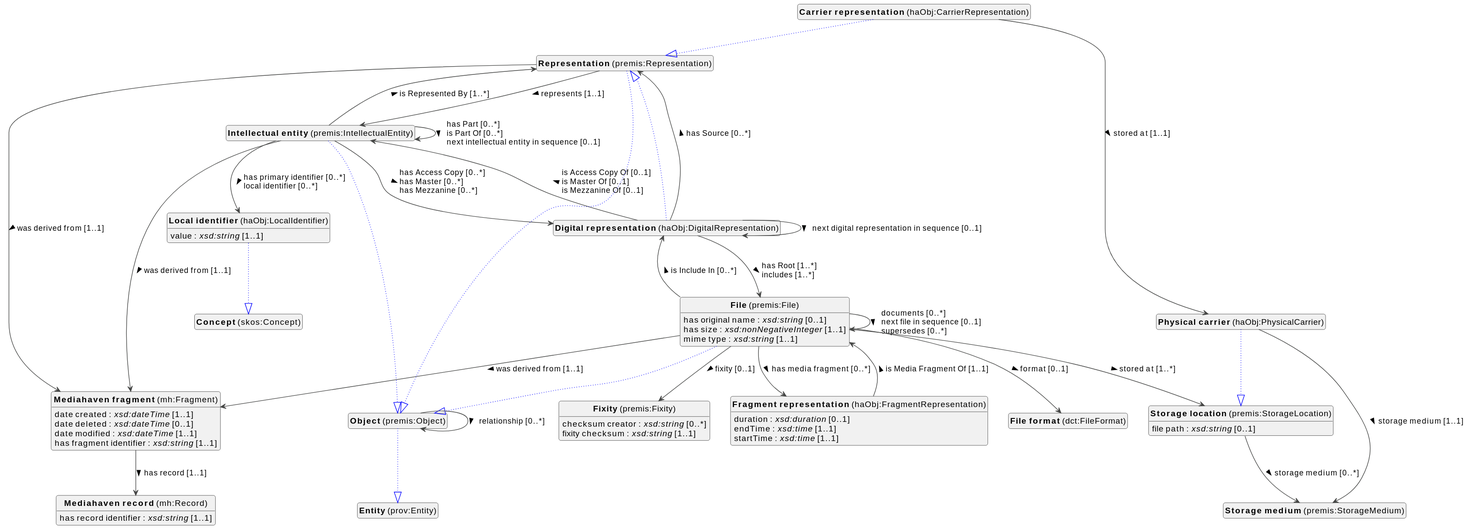
Earlier version of the PlantUML export docs/metadata/knowledge-graph/0.0.1/objects/en/objects-diagram.svg (viaacode/documentation-jekyll).
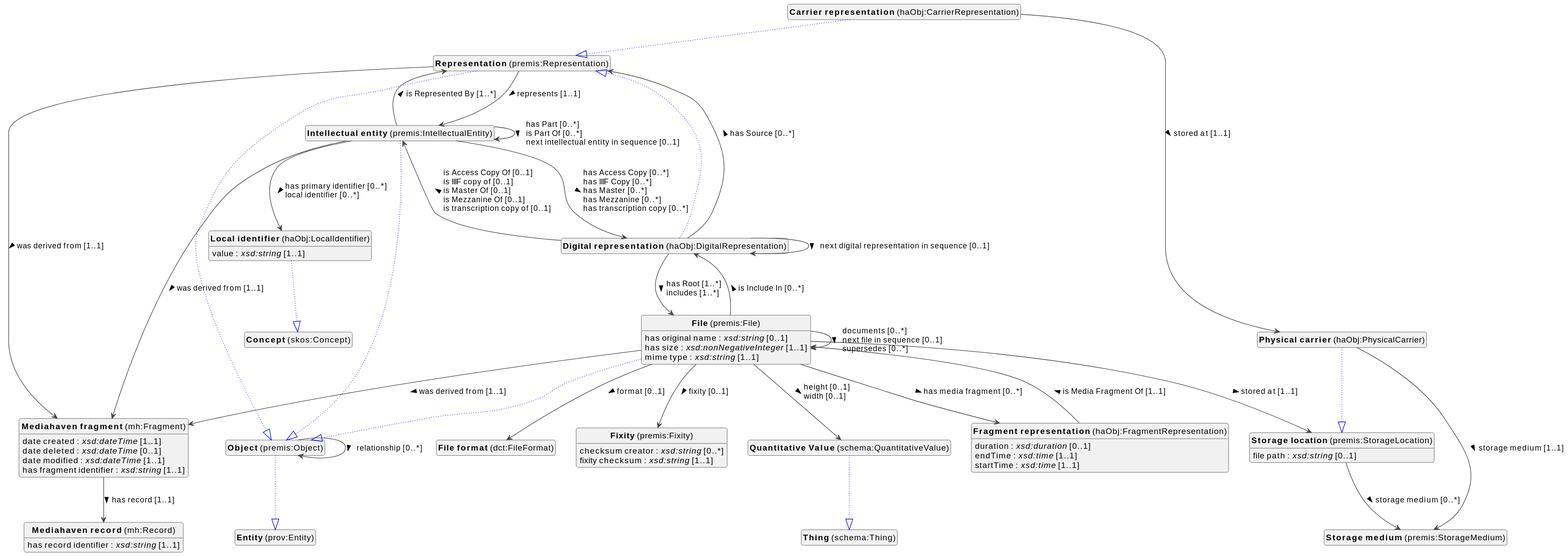
The same file after the commit.

Change to the diagram source:
```diff
@@ -29,6 +29,8 @@
 class "<b>Entity</b> (prov:Entity)" as prov_Entity [[#prov%3AEntity]]
 class "<b>Physical carrier</b> (haObj:PhysicalCarrier)" as haObj_PhysicalCarrier [[#haObj%3APhysicalCarrier]]
 class "<b>Storage location</b> (premis:StorageLocation)" as premis_StorageLocation [[#premis%3AStorageLocation]]
+class "<b>Quantitative Value</b> (schema:QuantitativeValue)" as schema_QuantitativeValue [[../../description/en#schema%3AQuantitativeValue]]
+class "<b>Thing</b> (schema:Thing)" as schema_Thing [[#schema%3AThing]]
 class "<b>Representation</b> (premis:Representation)" as premis_Representation [[#premis%3ARepresentation]]
 class "<b>Object</b> (premis:Object)" as premis_Object [[#premis%3AObject]]
 class "<b>Storage location</b> (premis:StorageLocation)" as premis_StorageLocation [[#premis%3AStorageLocation]]
@@ -42,7 +44,7 @@
 
 haObj_DigitalRepresentation --> haObj_DigitalRepresentation :next digital representation in sequence [0..1]  >
 haObj_DigitalRepresentation --> premis_File :has Root [1..*]  \lincludes [1..*]  >
-haObj_DigitalRepresentation --> premis_IntellectualEntity :is Access Copy Of [0..1]  \lis Master Of [0..1]  \lis Mezzanine Of [0..1]  >
+haObj_DigitalRepresentation --> premis_IntellectualEntity :is Access Copy Of [0..1]  \lis IIIF copy of [0..1]  \lis Master Of [0..1]  \lis Mezzanine Of [0..1]  \lis transcription copy of [0..1]  >
 haObj_DigitalRepresentation --> premis_Representation :has Source [0..*]  >
 
 premis_File --|> premis_Object #blue;line.dotted;text:blue
@@ -56,7 +58,8 @@
 premis_File --> mh_Fragment :was derived from [1..1]  >
 premis_File --> premis_File :documents [0..*]  \lnext file in sequence [0..1]  \lsupersedes [0..*]  >
 premis_File --> premis_Fixity :fixity [0..1]  >
-premis_File --> premis_StorageLocation :stored at [1..*]  >
+premis_File --> premis_StorageLocation :stored at [1..1]  >
+premis_File --> schema_QuantitativeValue :height [0..1]  \lwidth [0..1]  >
 
 
 
@@ -77,7 +80,7 @@
 
 premis_IntellectualEntity --|> premis_Object #blue;line.dotted;text:blue
 
-premis_IntellectualEntity --> haObj_DigitalRepresentation :has Access Copy [0..*]  \lhas Master [0..*]  \lhas Mezzanine [0..*]  >
+premis_IntellectualEntity --> haObj_DigitalRepresentation :has Access Copy [0..*]  \lhas IIIF Copy [0..*]  \lhas Master [0..*]  \lhas Mezzanine [0..*]  \lhas transcription copy [0..*]  >
 premis_IntellectualEntity --> haObj_LocalIdentifier :has primary identifier [0..*]  \llocal identifier [0..*]  >
 premis_IntellectualEntity --> mh_Fragment :was derived from [1..1]  >
 premis_IntellectualEntity --> premis_IntellectualEntity :has Part [0..*]  \lis Part Of [0..*]  \lnext intellectual entity in sequence [0..1]  >
@@ -109,6 +112,9 @@
 
 haObj_PhysicalCarrier --> premis_StorageMedium :storage medium [1..1]  >
 
+schema_QuantitativeValue --|> schema_Thing #blue;line.dotted;text:blue
+
+
 premis_Representation --|> premis_Object #blue;line.dotted;text:blue
 
 premis_Representation --> mh_Fragment :was derived from [1..1]  >
```
